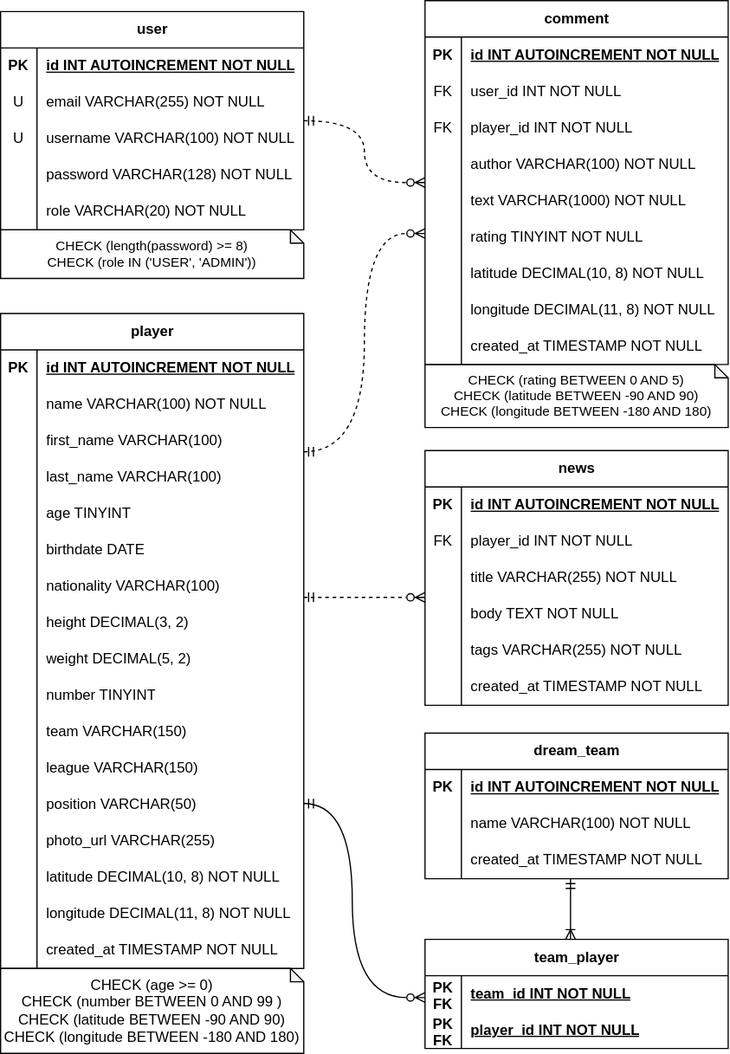
Before: docs/diagrams/ERD.drawio.svg, a diagram exported from draw.io (pgr866/msc-soccer-project). Source tidied: cells renumbered, new cells last; positions are measured from the earlier drawing's top-left corner, leaving out a move shared by most shapes.
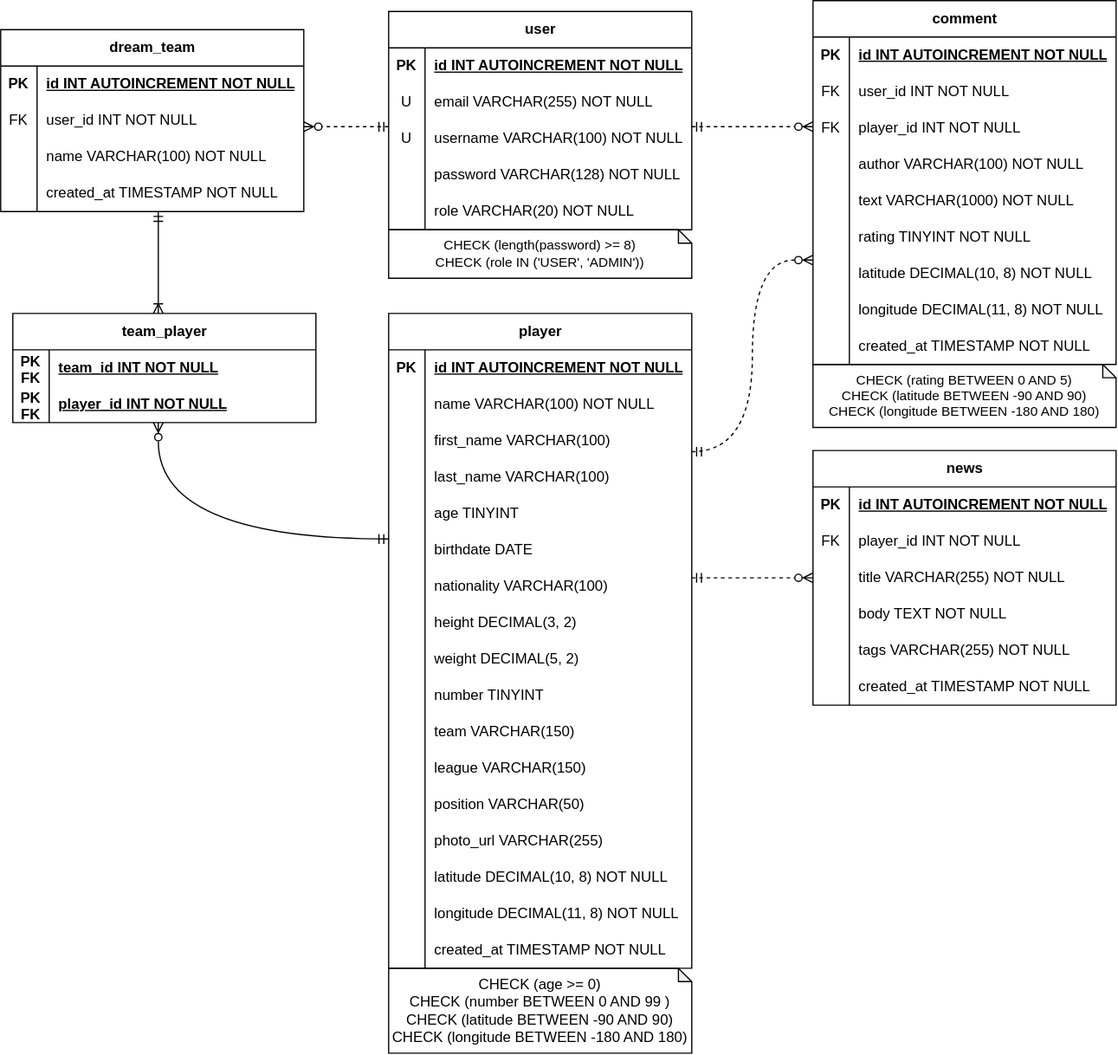
The same file after the commit.

Commit message:
fix ERD diagram

Change to the diagram source:
```diff
@@ -3,8 +3,21 @@
     <mxCell id="0" />
     <mxCell id="1" parent="0" />
     <mxCell id="2" style="edgeStyle=orthogonalEdgeStyle;html=1;curved=1;endArrow=ERzeroToMany;endFill=0;dashed=1;startArrow=ERmandOne;startFill=0;labelBackgroundColor=none;fontColor=default;" parent="1" edge="1" source="3" target="107">
-      <mxGeometry relative="1" as="geometry" />
+      <mxGeometry relative="1" as="geometry">
+        <Array as="points">
+          <mxPoint x="300" y="104" />
+          <mxPoint x="300" y="104" />
+        </Array>
+      </mxGeometry>
     </mxCell>
+    <mxCell id="142" style="edgeStyle=orthogonalEdgeStyle;html=1;endArrow=ERzeroToMany;endFill=0;dashed=1;curved=1;startArrow=ERmandOne;startFill=0;" parent="1" edge="1" source="3" target="90">
+      <mxGeometry relative="1" as="geometry">
+        <Array as="points">
+          <mxPoint x="-30" y="104" />
+          <mxPoint x="-30" y="104" />
+        </Array>
+      </mxGeometry>
+    </mxCell>
     <mxCell id="3" value="&lt;font style=&quot;&quot;&gt;user&lt;/font&gt;" style="shape=table;startSize=30;rowLines=0;fontStyle=1;align=center;html=1;fontColor=default;labelBackgroundColor=none;fillColor=none;" parent="1" vertex="1">
       <mxGeometry y="9" width="250" height="180" as="geometry" />
     </mxCell>
@@ -267,7 +280,7 @@
       <mxGeometry x="30" width="220" height="30" as="geometry" />
     </mxCell>
     <mxCell id="90" value="&lt;font style=&quot;&quot;&gt;dream_team&lt;/font&gt;" style="shape=table;startSize=30;rowLines=0;fontStyle=1;align=center;html=1;fontColor=default;labelBackgroundColor=none;fillColor=none;" parent="1" vertex="1">
-      <mxGeometry x="350" y="604" width="250" height="120" as="geometry" />
+      <mxGeometry x="-320" y="24" width="250" height="150" as="geometry" />
     </mxCell>
     <mxCell id="91" style="shape=tableRow;horizontal=0;startSize=0;swimlaneHead=0;swimlaneBody=0;fillColor=none;top=0;left=0;right=0;bottom=0;labelBackgroundColor=none;fontColor=default;" parent="90" vertex="1">
       <mxGeometry y="30" width="250" height="30" as="geometry" />
@@ -278,8 +291,17 @@
     <mxCell id="93" value="&lt;b&gt;&lt;u&gt;&lt;font style=&quot;&quot;&gt;id INT AUTOINCREMENT NOT NULL&lt;/font&gt;&lt;/u&gt;&lt;/b&gt;" style="shape=partialRectangle;fillColor=none;top=0;left=0;bottom=0;right=0;align=left;spacingLeft=6;overflow=hidden;whiteSpace=wrap;html=1;fontColor=default;labelBackgroundColor=none;" parent="91" vertex="1">
       <mxGeometry x="30" width="220" height="30" as="geometry" />
     </mxCell>
+    <mxCell id="143" style="shape=tableRow;horizontal=0;startSize=0;swimlaneHead=0;swimlaneBody=0;fillColor=none;top=0;left=0;right=0;bottom=0;labelBackgroundColor=none;fontColor=default;" parent="90" vertex="1">
+      <mxGeometry y="60" width="250" height="30" as="geometry" />
+    </mxCell>
+    <mxCell id="144" value="FK" style="shape=partialRectangle;fillColor=none;top=0;left=0;bottom=0;right=0;overflow=hidden;whiteSpace=wrap;html=1;labelBackgroundColor=none;fontColor=default;" parent="143" vertex="1">
+      <mxGeometry width="30" height="30" as="geometry" />
+    </mxCell>
+    <mxCell id="145" value="user_id INT NOT NULL" style="shape=partialRectangle;fillColor=none;top=0;left=0;bottom=0;right=0;align=left;spacingLeft=6;overflow=hidden;whiteSpace=wrap;html=1;labelBackgroundColor=none;fontColor=default;" parent="143" vertex="1">
+      <mxGeometry x="30" width="220" height="30" as="geometry" />
+    </mxCell>
     <mxCell id="94" style="shape=tableRow;horizontal=0;startSize=0;swimlaneHead=0;swimlaneBody=0;fillColor=none;top=0;left=0;right=0;bottom=0;labelBackgroundColor=none;fontColor=default;" parent="90" vertex="1">
-      <mxGeometry y="60" width="250" height="30" as="geometry" />
+      <mxGeometry y="90" width="250" height="30" as="geometry" />
     </mxCell>
     <mxCell id="95" style="shape=partialRectangle;fillColor=none;top=0;left=0;bottom=0;right=0;overflow=hidden;whiteSpace=wrap;html=1;labelBackgroundColor=none;fontColor=default;" parent="94" vertex="1">
       <mxGeometry width="30" height="30" as="geometry" />
@@ -288,7 +310,7 @@
       <mxGeometry x="30" width="220" height="30" as="geometry" />
     </mxCell>
     <mxCell id="97" style="shape=tableRow;horizontal=0;startSize=0;swimlaneHead=0;swimlaneBody=0;fillColor=none;top=0;left=0;right=0;bottom=0;labelBackgroundColor=none;fontColor=default;" parent="90" vertex="1">
-      <mxGeometry y="90" width="250" height="30" as="geometry" />
+      <mxGeometry y="120" width="250" height="30" as="geometry" />
     </mxCell>
     <mxCell id="98" style="shape=partialRectangle;fillColor=none;top=0;left=0;bottom=0;right=0;overflow=hidden;whiteSpace=wrap;html=1;labelBackgroundColor=none;fontColor=default;" parent="97" vertex="1">
       <mxGeometry width="30" height="30" as="geometry" />
@@ -297,7 +319,7 @@
       <mxGeometry x="30" width="220" height="30" as="geometry" />
     </mxCell>
     <mxCell id="100" value="&lt;font style=&quot;&quot;&gt;team_player&lt;/font&gt;" style="shape=table;startSize=30;rowLines=0;fontStyle=1;align=center;html=1;fontColor=default;labelBackgroundColor=none;fillColor=none;" parent="1" vertex="1">
-      <mxGeometry x="350" y="774" width="250" height="90" as="geometry" />
+      <mxGeometry x="-310" y="258" width="250" height="90" as="geometry" />
     </mxCell>
     <mxCell id="101" style="shape=tableRow;horizontal=0;startSize=0;swimlaneHead=0;swimlaneBody=0;fillColor=none;top=0;left=0;right=0;bottom=0;labelBackgroundColor=none;fontColor=default;" parent="100" vertex="1">
       <mxGeometry y="30" width="250" height="30" as="geometry" />
@@ -411,31 +433,30 @@
       <mxGeometry relative="1" as="geometry">
         <Array as="points">
           <mxPoint x="300" y="372" />
-          <mxPoint x="300" y="192" />
+          <mxPoint x="300" y="214" />
         </Array>
       </mxGeometry>
     </mxCell>
     <mxCell id="138" style="edgeStyle=orthogonalEdgeStyle;html=1;curved=1;endArrow=ERzeroToMany;endFill=0;startArrow=ERmandOne;startFill=0;labelBackgroundColor=none;fontColor=default;" parent="1" edge="1" source="38" target="100">
       <mxGeometry relative="1" as="geometry">
         <Array as="points">
-          <mxPoint x="290" y="662" />
-          <mxPoint x="290" y="822" />
+          <mxPoint x="-190" y="444" />
         </Array>
       </mxGeometry>
     </mxCell>
     <mxCell id="139" style="edgeStyle=orthogonalEdgeStyle;html=1;curved=1;endArrow=ERoneToMany;endFill=0;startArrow=ERmandOne;startFill=0;labelBackgroundColor=none;fontColor=default;" parent="1" edge="1" source="90" target="100">
       <mxGeometry relative="1" as="geometry">
         <Array as="points">
-          <mxPoint x="470" y="754" />
-          <mxPoint x="470" y="754" />
+          <mxPoint x="-190" y="232" />
+          <mxPoint x="-190" y="232" />
         </Array>
       </mxGeometry>
     </mxCell>
     <mxCell id="140" style="edgeStyle=orthogonalEdgeStyle;html=1;curved=1;endArrow=ERzeroToMany;endFill=0;dashed=1;startArrow=ERmandOne;startFill=0;labelBackgroundColor=none;fontColor=default;" parent="1" edge="1" source="38" target="19">
       <mxGeometry relative="1" as="geometry">
         <Array as="points">
-          <mxPoint x="290" y="492" />
-          <mxPoint x="290" y="492" />
+          <mxPoint x="300" y="476" />
+          <mxPoint x="300" y="476" />
         </Array>
       </mxGeometry>
     </mxCell>
```
